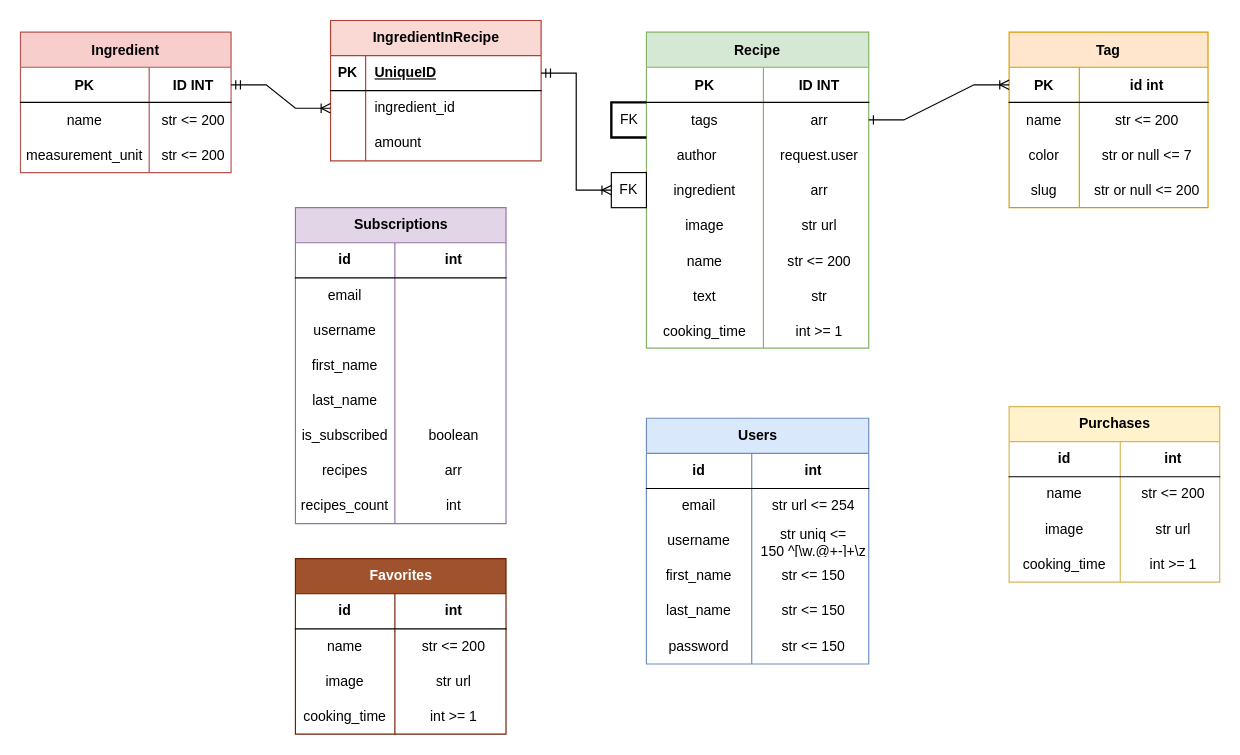
Earlier version of the draw.io diagram backend/Диаграмма без названия.drawio (Denriandro/foodgram-project-react). Source tidied: cells renumbered, new cells numbered last; positions are measured from the earlier drawing's top-left corner, leaving out a move shared by most shapes. Both pictures are drawn from the tidied source at 117%, with x=0, y=0 at pixel (20, 20).
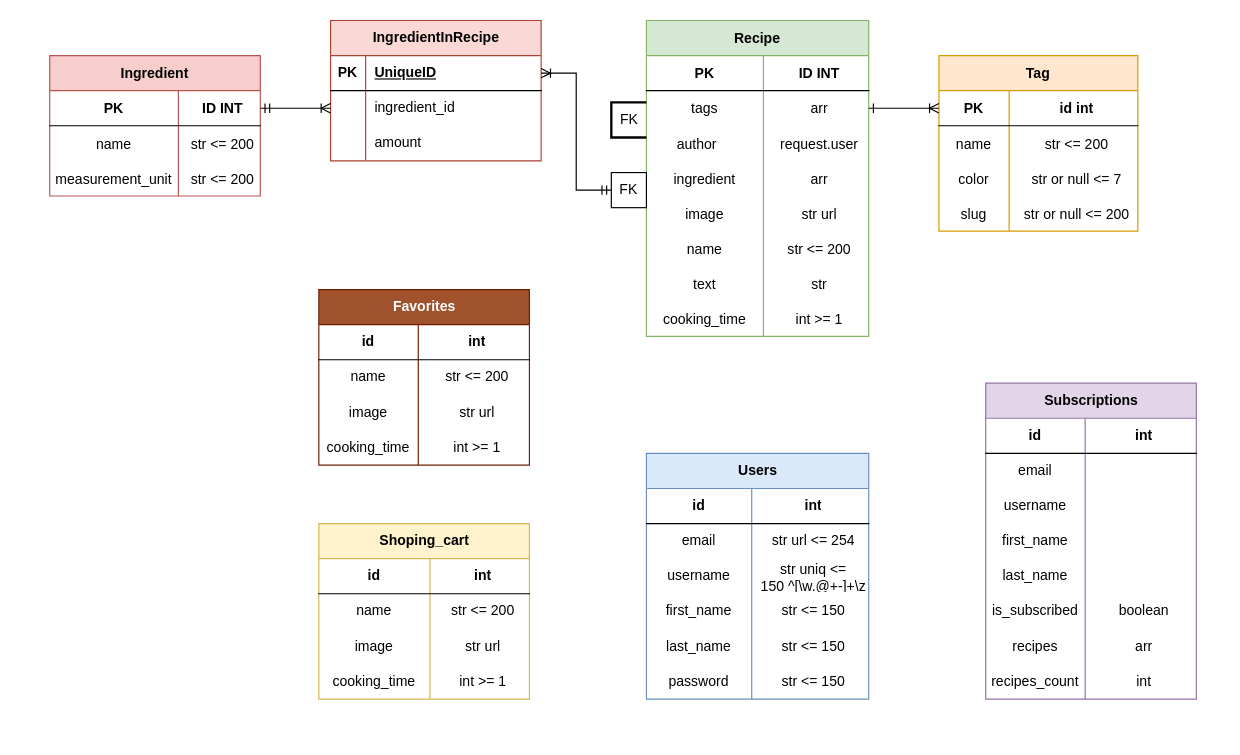
The same diagram, later.

The change refers to these unchanged cells:
```xml
<mxCell id="122" value="FK" style="whiteSpace=wrap;html=1;align=center;" parent="1" vertex="1">
  <mxGeometry x="505" y="130" width="30" height="30" as="geometry" />
</mxCell>
<mxCell id="124" style="shape=tableRow;horizontal=0;startSize=0;swimlaneHead=0;swimlaneBody=0;fillColor=none;points=[[0,0.5],[1,0.5]];portConstraint=eastwest;top=0;left=0;right=0;bottom=1;" parent="123" vertex="1">
  <mxGeometry y="30" width="180" height="30" as="geometry" />
</mxCell>
```

The edit, as a diff of the source:
```diff
@@
     <mxCell id="2" value="Ingredient" style="shape=table;startSize=30;childLayout=tableLayout;rowLines=0;fontStyle=1;align=center;fillColor=#f8cecc;strokeColor=#b85450;" parent="1" vertex="1">
-      <mxGeometry y="10" width="180" height="120" as="geometry" />
+      <mxGeometry x="25" y="30" width="180" height="120" as="geometry" />
     </mxCell>
@@
     <mxCell id="12" value="Tag" style="shape=table;startSize=30;childLayout=tableLayout;rowLines=0;fontStyle=1;align=center;fillColor=#ffe6cc;strokeColor=#d79b00;" parent="1" vertex="1">
-      <mxGeometry x="845" y="10" width="170" height="150" as="geometry" />
+      <mxGeometry x="785" y="30" width="170" height="150" as="geometry" />
     </mxCell>
@@
-    <mxCell id="25" value="Purchases" style="shape=table;startSize=30;childLayout=tableLayout;rowLines=0;fontStyle=1;align=center;html=1;fillColor=#fff2cc;strokeColor=#d6b656;" parent="1" vertex="1">
-      <mxGeometry x="845" y="330" width="180" height="150" as="geometry" />
+    <mxCell id="25" value="Shoping_cart" style="shape=table;startSize=30;childLayout=tableLayout;rowLines=0;fontStyle=1;align=center;html=1;fillColor=#fff2cc;strokeColor=#d6b656;" parent="1" vertex="1">
+      <mxGeometry x="255" y="430" width="180" height="150" as="geometry" />
     </mxCell>
@@
     <mxCell id="38" value="Favorites" style="shape=table;startSize=30;childLayout=tableLayout;rowLines=0;fontStyle=1;align=center;html=1;fillColor=#a0522d;fontColor=#ffffff;strokeColor=#6D1F00;" parent="1" vertex="1">
-      <mxGeometry x="235" y="460" width="180" height="150" as="geometry" />
+      <mxGeometry x="255" y="230" width="180" height="150" as="geometry" />
     </mxCell>
@@
     <mxCell id="51" value="Subscriptions" style="shape=table;startSize=30;childLayout=tableLayout;rowLines=0;fontStyle=1;align=center;html=1;fillColor=#e1d5e7;strokeColor=#9673a6;" parent="1" vertex="1">
-      <mxGeometry x="235" y="160" width="180" height="270" as="geometry" />
+      <mxGeometry x="825" y="310" width="180" height="270" as="geometry" />
     </mxCell>
@@
     <mxCell id="76" value="Users" style="shape=table;startSize=30;childLayout=tableLayout;rowLines=0;fontStyle=1;align=center;html=1;fillColor=#dae8fc;strokeColor=#6c8ebf;" parent="1" vertex="1">
-      <mxGeometry x="535" y="340" width="190" height="210" as="geometry" />
+      <mxGeometry x="535" y="370" width="190" height="210" as="geometry" />
     </mxCell>
@@
     <mxCell id="95" value="Recipe" style="shape=table;startSize=30;childLayout=tableLayout;rowLines=0;fontStyle=1;align=center;fillColor=#d5e8d4;strokeColor=#82b366;" parent="1" vertex="1">
-      <mxGeometry x="535" y="10" width="190" height="270" as="geometry" />
+      <mxGeometry x="535" width="190" height="270" as="geometry" />
     </mxCell>
@@
-    <mxCell id="133" style="edgeStyle=entityRelationEdgeStyle;fontSize=12;html=1;endArrow=ERoneToMany;startArrow=ERmandOne;rounded=0;entryX=0;entryY=0.5;entryDx=0;entryDy=0;exitX=1;exitY=0.5;exitDx=0;exitDy=0;" parent="1" edge="1" source="124" target="122">
+    <mxCell id="133" style="edgeStyle=entityRelationEdgeStyle;fontSize=12;html=1;endArrow=ERmandOne;startArrow=ERoneToMany;rounded=0;entryX=0;entryY=0.5;entryDx=0;entryDy=0;exitX=1;exitY=0.5;exitDx=0;exitDy=0;startFill=0;endFill=0;" parent="1" edge="1" source="124" target="122">
       <mxGeometry relative="1" as="geometry" />
     </mxCell>
```
